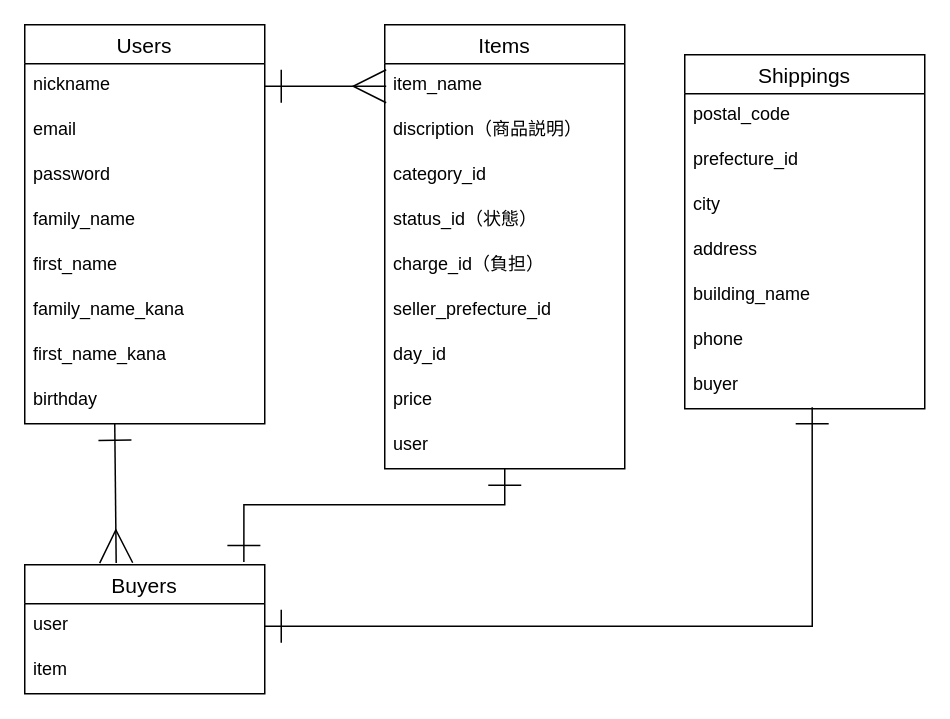
Earlier version of the draw.io diagram ER.dio (hminegishi/furima-35415). Source tidied: cells renumbered, new cells numbered last; positions are measured from the earlier drawing's top-left corner, leaving out a move shared by most shapes. Both pictures are drawn from the tidied source at 150%, with x=0, y=0 at pixel (24, 24).
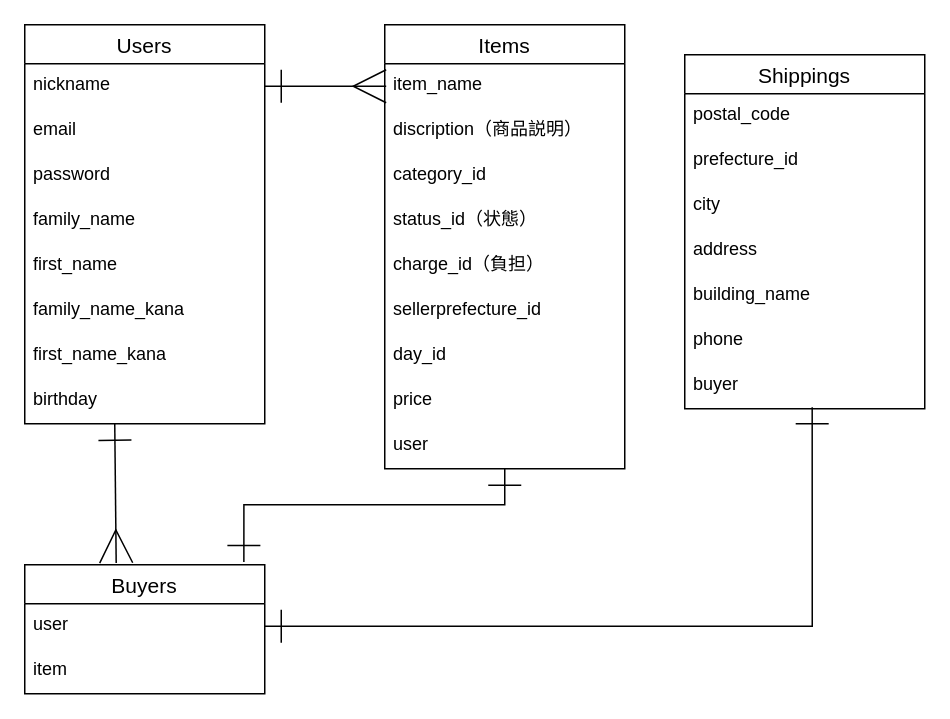
The same diagram, later.

The change refers to these unchanged cells:
```xml
<mxCell id="12" value="Items" style="swimlane;fontStyle=0;horizontal=1;startSize=26;align=center;fontSize=14;" parent="1" vertex="1">
  <mxGeometry x="240" width="160" height="296" as="geometry" />
</mxCell>
```

Diff of the diagram source:
```diff
@@
-    <mxCell id="18" value="seller_prefecture_id" style="text;strokeColor=none;fillColor=none;spacingLeft=4;spacingRight=4;overflow=hidden;fontSize=12;" parent="12" vertex="1">
+    <mxCell id="18" value="sellerprefecture_id" style="text;strokeColor=none;fillColor=none;spacingLeft=4;spacingRight=4;overflow=hidden;fontSize=12;" parent="12" vertex="1">
       <mxGeometry y="176" width="160" height="30" as="geometry" />
     </mxCell>
```
